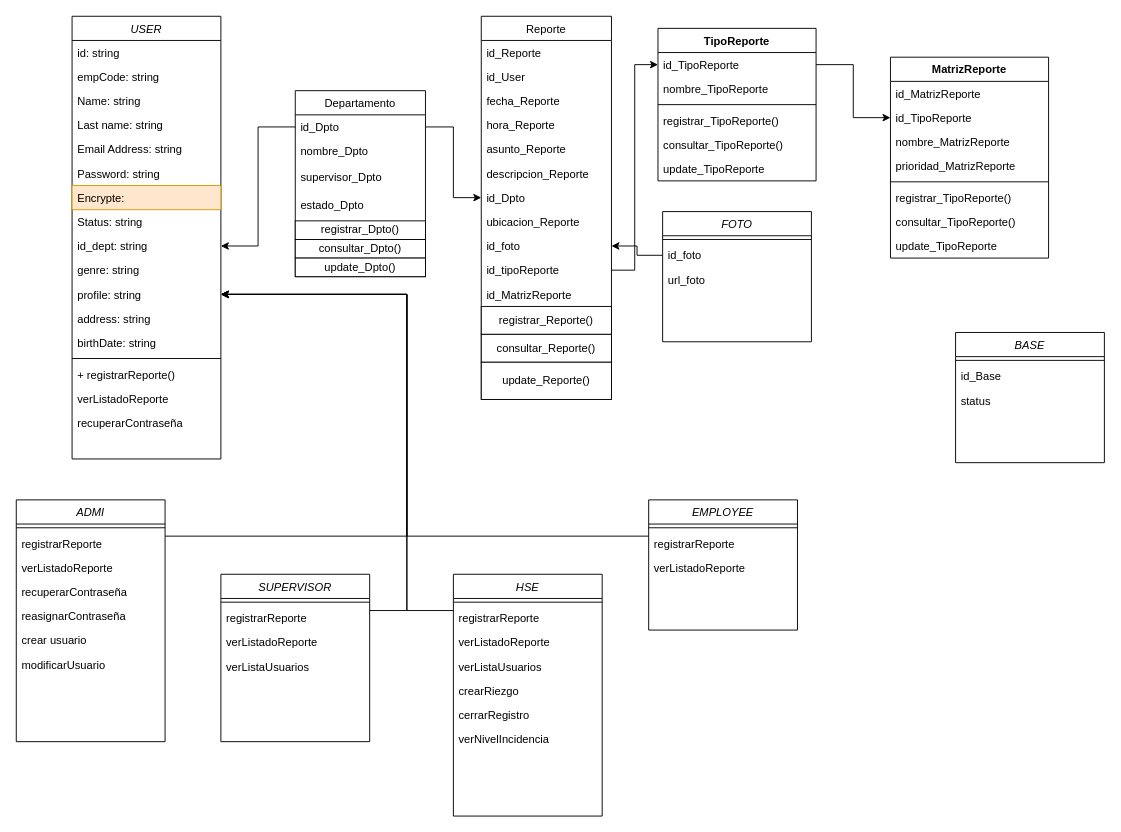
The draw.io diagram page "Version Unificada" (1 of 6) of Untitled Diagram.drawio in dpeter1290/riesgoseincidentesSST, before the edit. Source tidied: cells renumbered, new cells numbered last; positions are measured from the earlier drawing's top-left corner, leaving out a move shared by most shapes. Both pictures are drawn from the tidied source at 93%, with x=0, y=0 at pixel (16, 16).
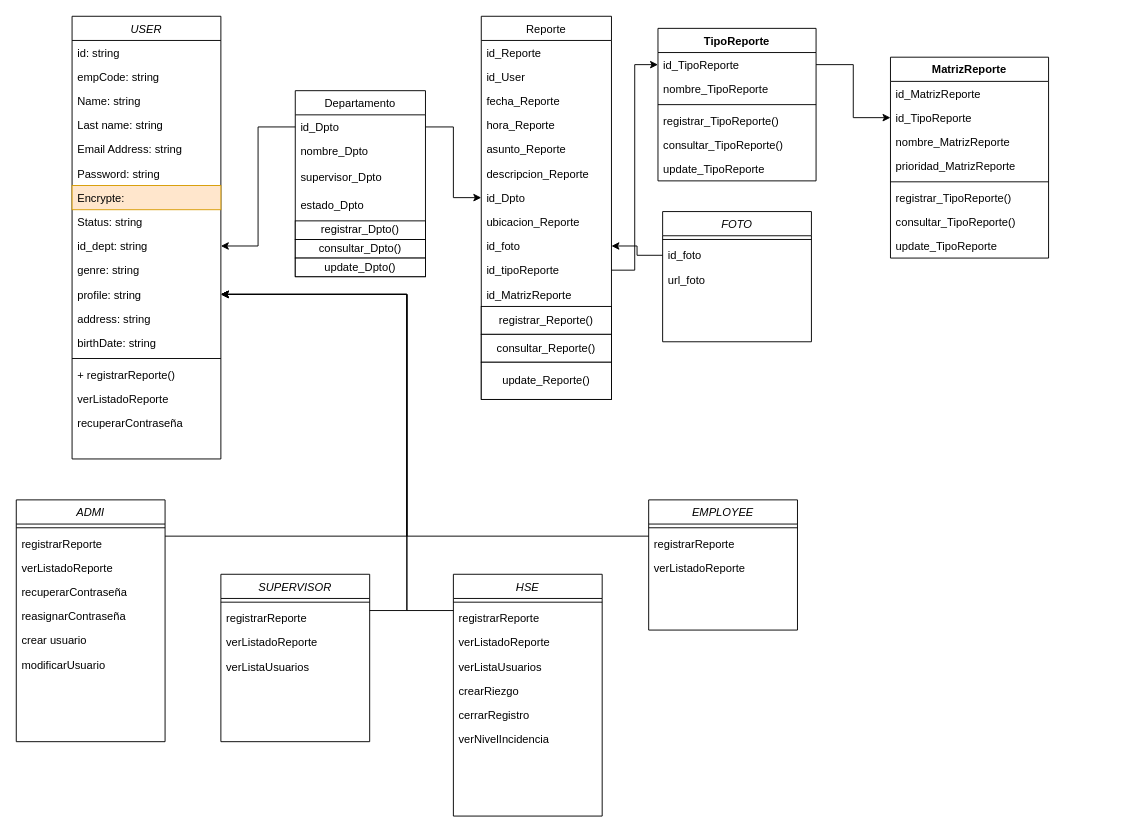
Above is the later version.

What changed in the source:
```diff
@@
-    <mxCell id="97" value="BASE" style="swimlane;fontStyle=2;align=center;verticalAlign=top;horizontal=1;startSize=26;rounded=0;shadow=0;strokeWidth=1;" parent="1" vertex="1">
-      <mxGeometry x="1010" y="340" width="160" height="140" as="geometry" />
-    </mxCell>
-    <mxCell id="98" style="line;html=1;strokeWidth=1;align=left;verticalAlign=middle;spacingTop=-1;spacingLeft=3;spacingRight=3;labelPosition=right;" parent="97" vertex="1">
-      <mxGeometry y="26" width="160" height="8" as="geometry" />
-    </mxCell>
-    <mxCell id="99" value="id_Base" style="text;align=left;verticalAlign=top;spacingLeft=4;spacingRight=4;overflow=hidden;" parent="97" vertex="1">
-      <mxGeometry y="34" width="160" height="26" as="geometry" />
-    </mxCell>
-    <mxCell id="100" value="status" style="text;strokeColor=none;fillColor=none;align=left;verticalAlign=top;spacingLeft=4;spacingRight=4;overflow=hidden;" parent="97" vertex="1">
-      <mxGeometry y="60" width="160" height="26" as="geometry" />
-    </mxCell>
```
